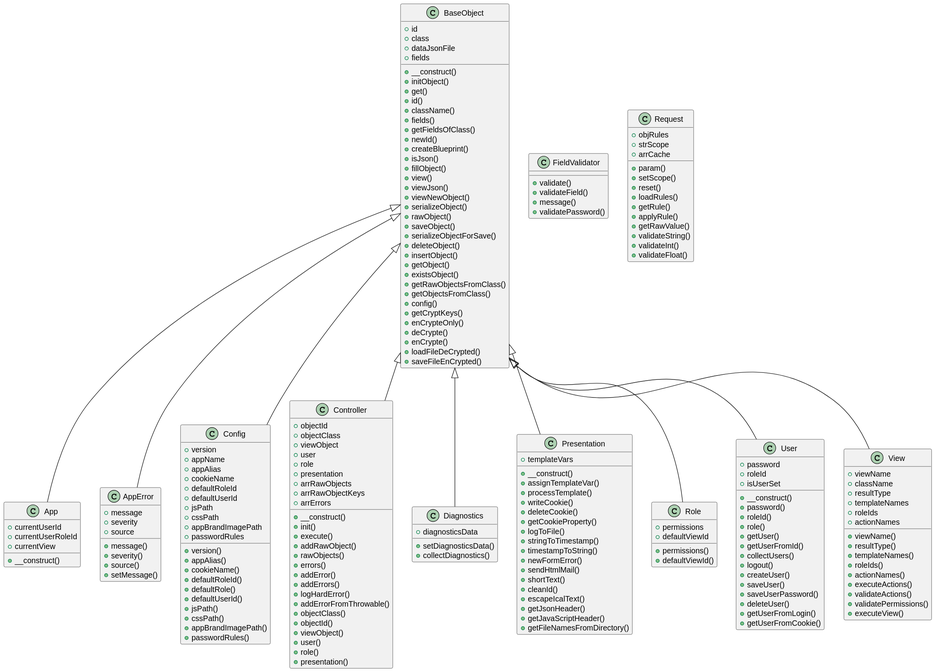
Before: includes/docs/php/graphs/classes.svg, a diagram exported from PlantUML (septem-sensu/jp-envelope). The source it was exported from:
```plantuml
@startuml
class App {
  +currentUserId
  +currentUserRoleId
  +currentView
  +__construct()
}

class AppError {
  +message
  +severity
  +source
  +message()
  +severity()
  +source()
  +setMessage()
}

class BaseObject {
  +id
  +class
  +dataJsonFile
  +fields
  +__construct()
  +initObject()
  +get()
  +id()
  +className()
  +fields()
  +getFieldsOfClass()
  +newId()
  +createBlueprint()
  +isJson()
  +fillObject()
  +view()
  +viewJson()
  +viewNewObject()
  +serializeObject()
  +rawObject()
  +saveObject()
  +serializeObjectForSave()
  +deleteObject()
  +insertObject()
  +getObject()
  +existsObject()
  +getRawObjectsFromClass()
  +getObjectsFromClass()
  +config()
  +getCryptKeys()
  +enCrypteOnly()
  +deCrypte()
  +enCrypte()
  +loadFileDeCrypted()
  +saveFileEnCrypted()
}

class Config {
  +version
  +appName
  +appAlias
  +cookieName
  +defaultRoleId
  +defaultUserId
  +jsPath
  +cssPath
  +appBrandImagePath
  +passwordRules
  +version()
  +appAlias()
  +cookieName()
  +defaultRoleId()
  +defaultRole()
  +defaultUserId()
  +jsPath()
  +cssPath()
  +appBrandImagePath()
  +passwordRules()
}

class Controller {
  +objectId
  +objectClass
  +viewObject
  +user
  +role
  +presentation
  +arrRawObjects
  +arrRawObjectKeys
  +arrErrors
  +__construct()
  +init()
  +execute()
  +addRawObject()
  +rawObjects()
  +errors()
  +addError()
  +addErrors()
  +logHardError()
  +addErrorFromThrowable()
  +objectClass()
  +objectId()
  +viewObject()
  +user()
  +role()
  +presentation()
}

class Diagnostics {
  +diagnosticsData
  +setDiagnosticsData()
  +collectDiagnostics()
}

class FieldValidator {
  +validate()
  +validateField()
  +message()
  +validatePassword()
}

class Presentation {
  +templateVars
  +__construct()
  +assignTemplateVar()
  +processTemplate()
  +writeCookie()
  +deleteCookie()
  +getCookieProperty()
  +logToFile()
  +stringToTimestamp()
  +timestampToString()
  +newFormError()
  +sendHtmlMail()
  +shortText()
  +cleanId()
  +escapeIcalText()
  +getJsonHeader()
  +getJavaScriptHeader()
  +getFileNamesFromDirectory()
}

class Request {
  +objRules
  +strScope
  +arrCache
  +param()
  +setScope()
  +reset()
  +loadRules()
  +getRule()
  +applyRule()
  +getRawValue()
  +validateString()
  +validateInt()
  +validateFloat()
}

class Role {
  +permissions
  +defaultViewId
  +permissions()
  +defaultViewId()
}

class User {
  +password
  +roleId
  +isUserSet
  +__construct()
  +password()
  +roleId()
  +role()
  +getUser()
  +getUserFromId()
  +collectUsers()
  +logout()
  +createUser()
  +saveUser()
  +saveUserPassword()
  +deleteUser()
  +getUserFromLogin()
  +getUserFromCookie()
}

class View {
  +viewName
  +className
  +resultType
  +templateNames
  +roleIds
  +actionNames
  +viewName()
  +resultType()
  +templateNames()
  +roleIds()
  +actionNames()
  +executeActions()
  +validateActions()
  +validatePermissions()
  +executeView()
}

BaseObject <|-- App
BaseObject <|-- AppError
BaseObject <|-- Config
BaseObject <|-- Controller
BaseObject <|-- Diagnostics
BaseObject <|-- Presentation
BaseObject <|-- Role
BaseObject <|-- User
BaseObject <|-- View
@enduml
```
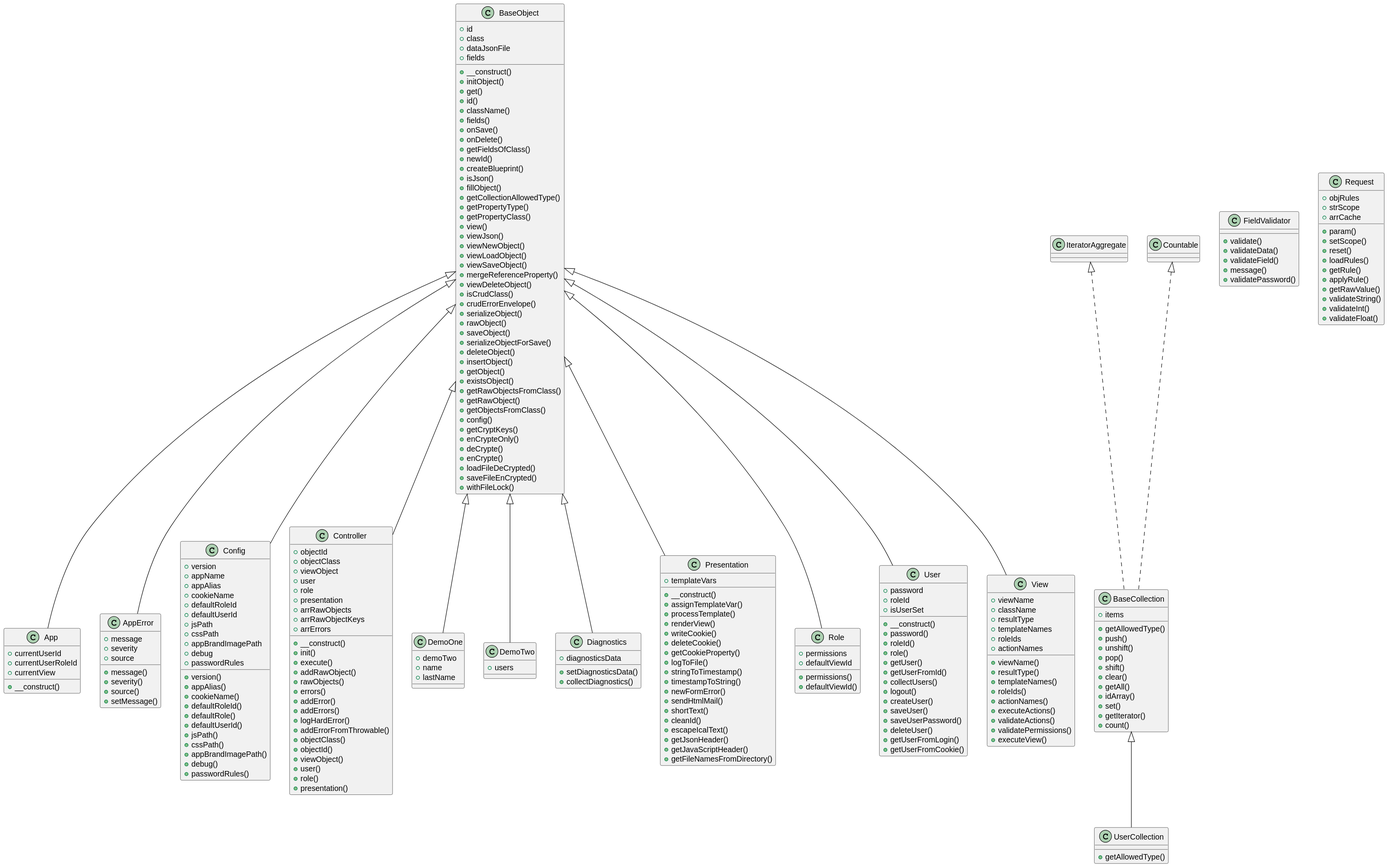
The same file after the commit.

Diff of the diagram source:
```diff
@@ -16,6 +16,21 @@
   +setMessage()
 }
 
+class BaseCollection {
+  +items
+  +getAllowedType()
+  +push()
+  +unshift()
+  +pop()
+  +shift()
+  +clear()
+  +getAll()
+  +idArray()
+  +set()
+  +getIterator()
+  +count()
+}
+
 class BaseObject {
   +id
   +class
@@ -27,14 +42,25 @@
   +id()
   +className()
   +fields()
+  +onSave()
+  +onDelete()
   +getFieldsOfClass()
   +newId()
   +createBlueprint()
   +isJson()
   +fillObject()
+  +getCollectionAllowedType()
+  +getPropertyType()
+  +getPropertyClass()
   +view()
   +viewJson()
   +viewNewObject()
+  +viewLoadObject()
+  +viewSaveObject()
+  +mergeReferenceProperty()
+  +viewDeleteObject()
+  +isCrudClass()
+  +crudErrorEnvelope()
   +serializeObject()
   +rawObject()
   +saveObject()
@@ -44,6 +70,7 @@
   +getObject()
   +existsObject()
   +getRawObjectsFromClass()
+  +getRawObject()
   +getObjectsFromClass()
   +config()
   +getCryptKeys()
@@ -52,6 +79,7 @@
   +enCrypte()
   +loadFileDeCrypted()
   +saveFileEnCrypted()
+  +withFileLock()
 }
 
 class Config {
@@ -64,6 +92,7 @@
   +jsPath
   +cssPath
   +appBrandImagePath
+  +debug
   +passwordRules
   +version()
   +appAlias()
@@ -74,6 +103,7 @@
   +jsPath()
   +cssPath()
   +appBrandImagePath()
+  +debug()
   +passwordRules()
 }
 
@@ -105,6 +135,16 @@
   +presentation()
 }
 
+class DemoOne {
+  +demoTwo
+  +name
+  +lastName
+}
+
+class DemoTwo {
+  +users
+}
+
 class Diagnostics {
   +diagnosticsData
   +setDiagnosticsData()
@@ -113,6 +153,7 @@
 
 class FieldValidator {
   +validate()
+  +validateData()
   +validateField()
   +message()
   +validatePassword()
@@ -123,6 +164,7 @@
   +__construct()
   +assignTemplateVar()
   +processTemplate()
+  +renderView()
   +writeCookie()
   +deleteCookie()
   +getCookieProperty()
@@ -182,6 +224,10 @@
   +getUserFromCookie()
 }
 
+class UserCollection {
+  +getAllowedType()
+}
+
 class View {
   +viewName
   +className
@@ -202,11 +248,16 @@
 
 BaseObject <|-- App
 BaseObject <|-- AppError
+IteratorAggregate <|.. BaseCollection
+Countable <|.. BaseCollection
 BaseObject <|-- Config
 BaseObject <|-- Controller
+BaseObject <|-- DemoOne
+BaseObject <|-- DemoTwo
 BaseObject <|-- Diagnostics
 BaseObject <|-- Presentation
 BaseObject <|-- Role
 BaseObject <|-- User
+BaseCollection <|-- UserCollection
 BaseObject <|-- View
 @enduml
```
